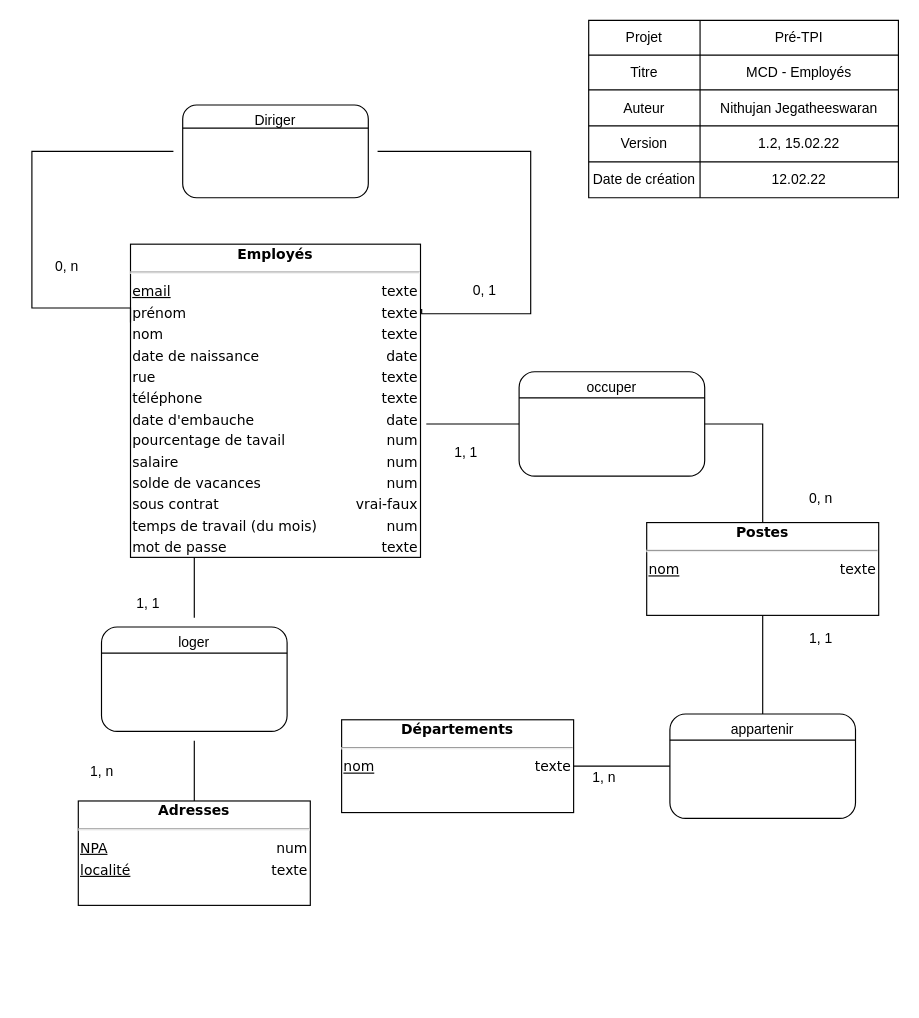
J-Nithujan/employee_mgmt_app keeps this draw.io diagram as conception/MCD_Employés.drawio. Above is the earlier version. Source tidied: cells renumbered, new cells numbered last; positions are measured from the earlier drawing's top-left corner, leaving out a move shared by most shapes. Both pictures are drawn from the tidied source at 116%, with x=0, y=0 at pixel (31, 20).
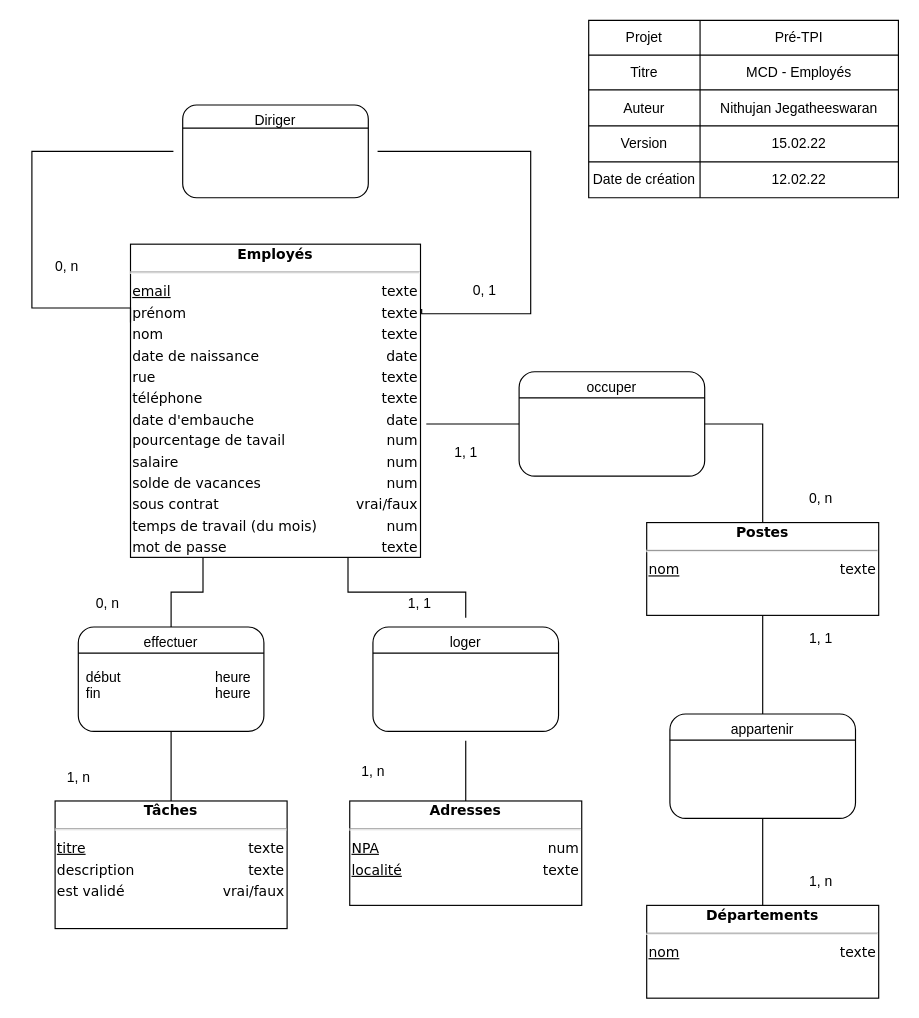
Above is the later version.

Unchanged cells that the change refers to:
```xml
<mxCell id="12" style="shape=partialRectangle;html=1;whiteSpace=wrap;fillColor=none;top=0;left=0;bottom=0;right=0;" parent="2" vertex="1">
  <mxGeometry y="91" width="267" height="31" as="geometry" />
</mxCell>
<mxCell id="40" value="appartenir" style="rounded=1;whiteSpace=wrap;html=1;verticalAlign=top;hachureGap=4;" parent="1" vertex="1">
  <mxGeometry x="550" y="598" width="160" height="90" as="geometry" />
</mxCell>
```

Diff of the diagram source:
```diff
@@
-    <mxCell id="14" value="1.2, 15.02.22" style="shape=partialRectangle;html=1;whiteSpace=wrap;fillColor=none;top=0;left=0;bottom=0;right=0;overflow=hidden;" parent="12" vertex="1">
+    <mxCell id="14" value="15.02.22" style="shape=partialRectangle;html=1;whiteSpace=wrap;fillColor=none;top=0;left=0;bottom=0;right=0;overflow=hidden;" parent="12" vertex="1">
       <mxGeometry x="96" width="171" height="31" as="geometry" />
     </mxCell>
@@
-    <mxCell id="18" value="&lt;div style=&quot;box-sizing: border-box ; width: 100% ; padding: 2px&quot;&gt;&lt;span style=&quot;background-color: rgb(255 , 255 , 255)&quot;&gt;&lt;b&gt;Employés&lt;/b&gt;&lt;/span&gt;&lt;/div&gt;&lt;hr&gt;&lt;table style=&quot;width: 100% ; font-size: 1em&quot; cellpadding=&quot;2&quot; cellspacing=&quot;0&quot;&gt;&lt;tbody&gt;&lt;tr&gt;&lt;td style=&quot;text-align: left&quot;&gt;&lt;u&gt;email&lt;/u&gt;&lt;br&gt;&lt;/td&gt;&lt;td style=&quot;text-align: right&quot;&gt;texte&lt;/td&gt;&lt;/tr&gt;&lt;tr&gt;&lt;td style=&quot;text-align: left&quot;&gt;prénom&lt;/td&gt;&lt;td style=&quot;text-align: right&quot;&gt;texte&lt;br&gt;&lt;/td&gt;&lt;/tr&gt;&lt;tr&gt;&lt;td style=&quot;text-align: left&quot;&gt;nom&lt;br&gt;&lt;/td&gt;&lt;td style=&quot;text-align: right&quot;&gt;texte&lt;br&gt;&lt;/td&gt;&lt;/tr&gt;&lt;tr&gt;&lt;td style=&quot;text-align: left&quot;&gt;date de naissance&lt;/td&gt;&lt;td style=&quot;text-align: right&quot;&gt;date&lt;/td&gt;&lt;/tr&gt;&lt;tr&gt;&lt;td style=&quot;text-align: left&quot;&gt;rue&lt;/td&gt;&lt;td style=&quot;text-align: right&quot;&gt;texte&lt;/td&gt;&lt;/tr&gt;&lt;tr&gt;&lt;td style=&quot;text-align: left&quot;&gt;téléphone&lt;/td&gt;&lt;td style=&quot;text-align: right&quot;&gt;texte&lt;/td&gt;&lt;/tr&gt;&lt;tr&gt;&lt;td style=&quot;text-align: left&quot;&gt;date d'embauche&lt;br&gt;&lt;/td&gt;&lt;td style=&quot;text-align: right&quot;&gt;date&lt;/td&gt;&lt;/tr&gt;&lt;tr&gt;&lt;td style=&quot;text-align: left&quot;&gt;pourcentage de tavail&lt;/td&gt;&lt;td style=&quot;text-align: right&quot;&gt;num&lt;/td&gt;&lt;/tr&gt;&lt;tr&gt;&lt;td style=&quot;text-align: left&quot;&gt;salaire&lt;/td&gt;&lt;td style=&quot;text-align: right&quot;&gt;num&lt;/td&gt;&lt;/tr&gt;&lt;tr&gt;&lt;td style=&quot;text-align: left&quot;&gt;solde de vacances&lt;/td&gt;&lt;td style=&quot;text-align: right&quot;&gt;num&lt;/td&gt;&lt;/tr&gt;&lt;tr&gt;&lt;td style=&quot;text-align: left&quot;&gt;sous contrat&lt;/td&gt;&lt;td style=&quot;text-align: right&quot;&gt;vrai-faux&lt;/td&gt;&lt;/tr&gt;&lt;tr&gt;&lt;td style=&quot;text-align: left&quot;&gt;temps de travail (du mois)&lt;/td&gt;&lt;td style=&quot;text-align: right&quot;&gt;num&lt;/td&gt;&lt;/tr&gt;&lt;tr&gt;&lt;td style=&quot;text-align: left&quot;&gt;mot de passe&lt;/td&gt;&lt;td style=&quot;text-align: right&quot;&gt;texte&lt;/td&gt;&lt;/tr&gt;&lt;/tbody&gt;&lt;/table&gt;" style="verticalAlign=top;align=center;overflow=fill;html=1;rounded=0;shadow=0;comic=0;labelBackgroundColor=none;strokeColor=#000000;strokeWidth=1;fillColor=#ffffff;fontFamily=Verdana;fontSize=12;fontColor=#000000;hachureGap=4;" parent="1" vertex="1">
+    <mxCell id="18" value="&lt;div style=&quot;box-sizing: border-box ; width: 100% ; padding: 2px&quot;&gt;&lt;span style=&quot;background-color: rgb(255 , 255 , 255)&quot;&gt;&lt;b&gt;Employés&lt;/b&gt;&lt;/span&gt;&lt;/div&gt;&lt;hr&gt;&lt;table style=&quot;width: 100% ; font-size: 1em&quot; cellpadding=&quot;2&quot; cellspacing=&quot;0&quot;&gt;&lt;tbody&gt;&lt;tr&gt;&lt;td style=&quot;text-align: left&quot;&gt;&lt;u&gt;email&lt;/u&gt;&lt;br&gt;&lt;/td&gt;&lt;td style=&quot;text-align: right&quot;&gt;texte&lt;/td&gt;&lt;/tr&gt;&lt;tr&gt;&lt;td style=&quot;text-align: left&quot;&gt;prénom&lt;/td&gt;&lt;td style=&quot;text-align: right&quot;&gt;texte&lt;br&gt;&lt;/td&gt;&lt;/tr&gt;&lt;tr&gt;&lt;td style=&quot;text-align: left&quot;&gt;nom&lt;br&gt;&lt;/td&gt;&lt;td style=&quot;text-align: right&quot;&gt;texte&lt;br&gt;&lt;/td&gt;&lt;/tr&gt;&lt;tr&gt;&lt;td style=&quot;text-align: left&quot;&gt;date de naissance&lt;/td&gt;&lt;td style=&quot;text-align: right&quot;&gt;date&lt;/td&gt;&lt;/tr&gt;&lt;tr&gt;&lt;td style=&quot;text-align: left&quot;&gt;rue&lt;/td&gt;&lt;td style=&quot;text-align: right&quot;&gt;texte&lt;/td&gt;&lt;/tr&gt;&lt;tr&gt;&lt;td style=&quot;text-align: left&quot;&gt;téléphone&lt;/td&gt;&lt;td style=&quot;text-align: right&quot;&gt;texte&lt;/td&gt;&lt;/tr&gt;&lt;tr&gt;&lt;td style=&quot;text-align: left&quot;&gt;date d'embauche&lt;br&gt;&lt;/td&gt;&lt;td style=&quot;text-align: right&quot;&gt;date&lt;/td&gt;&lt;/tr&gt;&lt;tr&gt;&lt;td style=&quot;text-align: left&quot;&gt;pourcentage de tavail&lt;/td&gt;&lt;td style=&quot;text-align: right&quot;&gt;num&lt;/td&gt;&lt;/tr&gt;&lt;tr&gt;&lt;td style=&quot;text-align: left&quot;&gt;salaire&lt;/td&gt;&lt;td style=&quot;text-align: right&quot;&gt;num&lt;/td&gt;&lt;/tr&gt;&lt;tr&gt;&lt;td style=&quot;text-align: left&quot;&gt;solde de vacances&lt;/td&gt;&lt;td style=&quot;text-align: right&quot;&gt;num&lt;/td&gt;&lt;/tr&gt;&lt;tr&gt;&lt;td style=&quot;text-align: left&quot;&gt;sous contrat&lt;/td&gt;&lt;td style=&quot;text-align: right&quot;&gt;vrai/faux&lt;/td&gt;&lt;/tr&gt;&lt;tr&gt;&lt;td style=&quot;text-align: left&quot;&gt;temps de travail (du mois)&lt;/td&gt;&lt;td style=&quot;text-align: right&quot;&gt;num&lt;/td&gt;&lt;/tr&gt;&lt;tr&gt;&lt;td style=&quot;text-align: left&quot;&gt;mot de passe&lt;/td&gt;&lt;td style=&quot;text-align: right&quot;&gt;texte&lt;/td&gt;&lt;/tr&gt;&lt;/tbody&gt;&lt;/table&gt;" style="verticalAlign=top;align=center;overflow=fill;html=1;rounded=0;shadow=0;comic=0;labelBackgroundColor=none;strokeColor=#000000;strokeWidth=1;fillColor=#ffffff;fontFamily=Verdana;fontSize=12;fontColor=#000000;hachureGap=4;" parent="1" vertex="1">
       <mxGeometry x="85" y="193" width="250" height="270" as="geometry" />
     </mxCell>
     <mxCell id="19" value="&lt;div style=&quot;box-sizing: border-box ; width: 100% ; padding: 2px&quot;&gt;&lt;span style=&quot;background-color: rgb(255 , 255 , 255)&quot;&gt;&lt;b&gt;Adresses&lt;/b&gt;&lt;/span&gt;&lt;/div&gt;&lt;hr&gt;&lt;table style=&quot;width: 100% ; font-size: 1em&quot; cellpadding=&quot;2&quot; cellspacing=&quot;0&quot;&gt;&lt;tbody&gt;&lt;tr&gt;&lt;td style=&quot;text-align: left&quot;&gt;&lt;u&gt;NPA&lt;/u&gt;&lt;/td&gt;&lt;td style=&quot;text-align: right&quot;&gt;num&lt;br&gt;&lt;/td&gt;&lt;/tr&gt;&lt;tr&gt;&lt;td style=&quot;text-align: left&quot;&gt;&lt;u&gt;localité&lt;/u&gt;&lt;/td&gt;&lt;td style=&quot;text-align: right&quot;&gt;texte&lt;br&gt;&lt;/td&gt;&lt;/tr&gt;&lt;/tbody&gt;&lt;/table&gt;" style="verticalAlign=top;align=center;overflow=fill;html=1;rounded=0;shadow=0;comic=0;labelBackgroundColor=none;strokeColor=#000000;strokeWidth=1;fillColor=#ffffff;fontFamily=Verdana;fontSize=12;fontColor=#000000;hachureGap=4;" parent="1" vertex="1">
-      <mxGeometry x="40" y="673" width="200" height="90" as="geometry" />
+      <mxGeometry x="274" y="673" width="200" height="90" as="geometry" />
     </mxCell>
@@
     <mxCell id="23" value="&lt;div style=&quot;box-sizing: border-box ; width: 100% ; padding: 2px&quot;&gt;&lt;span style=&quot;background-color: rgb(255 , 255 , 255)&quot;&gt;&lt;b&gt;Départements&lt;/b&gt;&lt;/span&gt;&lt;/div&gt;&lt;hr&gt;&lt;table style=&quot;width: 100% ; font-size: 1em&quot; cellpadding=&quot;2&quot; cellspacing=&quot;0&quot;&gt;&lt;tbody&gt;&lt;tr&gt;&lt;td style=&quot;text-align: left&quot;&gt;&lt;u&gt;nom&lt;/u&gt;&lt;/td&gt;&lt;td style=&quot;text-align: right&quot;&gt;texte&lt;br&gt;&lt;/td&gt;&lt;/tr&gt;&lt;/tbody&gt;&lt;/table&gt;" style="verticalAlign=top;align=center;overflow=fill;html=1;rounded=0;shadow=0;comic=0;labelBackgroundColor=none;strokeColor=#000000;strokeWidth=1;fillColor=#ffffff;fontFamily=Verdana;fontSize=12;fontColor=#000000;hachureGap=4;" parent="1" vertex="1">
-      <mxGeometry x="267" y="603" width="200" height="80" as="geometry" />
+      <mxGeometry x="530" y="763" width="200" height="80" as="geometry" />
     </mxCell>
@@
-    <mxCell id="26" style="edgeStyle=orthogonalEdgeStyle;rounded=0;jettySize=auto;html=1;endArrow=none;endFill=0;startSize=14;endSize=14;sourcePerimeterSpacing=8;targetPerimeterSpacing=8;" parent="1" edge="1" source="28">
-      <mxGeometry relative="1" as="geometry">
-        <mxPoint x="140" y="463" as="targetPoint" />
-      </mxGeometry>
+    <mxCell id="26" style="edgeStyle=orthogonalEdgeStyle;rounded=0;jettySize=auto;html=1;endArrow=none;endFill=0;startSize=14;endSize=14;sourcePerimeterSpacing=8;targetPerimeterSpacing=8;entryX=0.75;entryY=1;entryDx=0;entryDy=0;" parent="1" edge="1" source="28" target="18">
+      <mxGeometry relative="1" as="geometry" />
     </mxCell>
@@
     <mxCell id="28" value="loger" style="rounded=1;whiteSpace=wrap;html=1;verticalAlign=top;hachureGap=4;" parent="1" vertex="1">
-      <mxGeometry x="60" y="523" width="160" height="90" as="geometry" />
+      <mxGeometry x="294" y="523" width="160" height="90" as="geometry" />
     </mxCell>
     <mxCell id="29" value="1, 1" style="text;html=1;align=center;verticalAlign=middle;strokeColor=none;fillColor=none;" parent="1" vertex="1">
-      <mxGeometry x="80" y="493" width="40" height="20" as="geometry" />
+      <mxGeometry x="314" y="493" width="40" height="20" as="geometry" />
     </mxCell>
     <mxCell id="30" value="1, n" style="text;html=1;align=center;verticalAlign=middle;strokeColor=none;fillColor=none;" parent="1" vertex="1">
-      <mxGeometry x="40" y="637.5" width="40" height="20" as="geometry" />
+      <mxGeometry x="274" y="637.5" width="40" height="20" as="geometry" />
     </mxCell>
@@
-    <mxCell id="39" style="edgeStyle=orthogonalEdgeStyle;rounded=0;jettySize=auto;html=1;exitX=0;exitY=0.5;exitDx=0;exitDy=0;entryX=1;entryY=0.5;entryDx=0;entryDy=0;endArrow=none;endFill=0;startSize=14;endSize=14;sourcePerimeterSpacing=8;targetPerimeterSpacing=8;" parent="1" edge="1" source="40" target="23">
+    <mxCell id="39" style="edgeStyle=orthogonalEdgeStyle;rounded=0;jettySize=auto;html=1;exitX=0.5;exitY=1;exitDx=0;exitDy=0;entryX=0.5;entryY=0;entryDx=0;entryDy=0;endArrow=none;endFill=0;startSize=14;endSize=14;sourcePerimeterSpacing=8;targetPerimeterSpacing=8;" parent="1" edge="1" source="40" target="23">
       <mxGeometry relative="1" as="geometry" />
     </mxCell>
@@
     <mxCell id="42" value="1, n" style="text;html=1;align=center;verticalAlign=middle;strokeColor=none;fillColor=none;" parent="1" vertex="1">
-      <mxGeometry x="473" y="643" width="40" height="20" as="geometry" />
+      <mxGeometry x="660" y="733" width="40" height="20" as="geometry" />
     </mxCell>
@@
+    <mxCell id="46" style="edgeStyle=orthogonalEdgeStyle;rounded=0;jettySize=auto;html=1;exitX=0.5;exitY=0;exitDx=0;exitDy=0;entryX=0.5;entryY=1;entryDx=0;entryDy=0;endArrow=none;endFill=0;startSize=14;endSize=14;sourcePerimeterSpacing=8;targetPerimeterSpacing=8;" parent="1" edge="1" source="47" target="49">
+      <mxGeometry relative="1" as="geometry" />
+    </mxCell>
+    <mxCell id="47" value="&lt;div style=&quot;box-sizing: border-box ; width: 100% ; padding: 2px&quot;&gt;&lt;span style=&quot;background-color: rgb(255 , 255 , 255)&quot;&gt;&lt;b&gt;Tâches&lt;/b&gt;&lt;/span&gt;&lt;/div&gt;&lt;hr&gt;&lt;table style=&quot;width: 100% ; font-size: 1em&quot; cellpadding=&quot;2&quot; cellspacing=&quot;0&quot;&gt;&lt;tbody&gt;&lt;tr&gt;&lt;td style=&quot;text-align: left&quot;&gt;&lt;u&gt;titre&lt;/u&gt;&lt;/td&gt;&lt;td style=&quot;text-align: right&quot;&gt;texte&lt;br&gt;&lt;/td&gt;&lt;/tr&gt;&lt;tr&gt;&lt;td style=&quot;text-align: left&quot;&gt;description&lt;/td&gt;&lt;td style=&quot;text-align: right&quot;&gt;texte&lt;/td&gt;&lt;/tr&gt;&lt;tr&gt;&lt;td style=&quot;text-align: left&quot;&gt;est validé&lt;/td&gt;&lt;td style=&quot;text-align: right&quot;&gt;vrai/faux&lt;/td&gt;&lt;/tr&gt;&lt;/tbody&gt;&lt;/table&gt;" style="verticalAlign=top;align=center;overflow=fill;html=1;rounded=0;shadow=0;comic=0;labelBackgroundColor=none;strokeColor=#000000;strokeWidth=1;fillColor=#ffffff;fontFamily=Verdana;fontSize=12;fontColor=#000000;hachureGap=4;" parent="1" vertex="1">
+      <mxGeometry x="20" y="673" width="200" height="110" as="geometry" />
+    </mxCell>
+    <mxCell id="48" style="edgeStyle=orthogonalEdgeStyle;rounded=0;jettySize=auto;html=1;exitX=0.5;exitY=0;exitDx=0;exitDy=0;entryX=0.25;entryY=1;entryDx=0;entryDy=0;endArrow=none;endFill=0;startSize=14;endSize=14;sourcePerimeterSpacing=8;targetPerimeterSpacing=8;" parent="1" edge="1" source="49" target="18">
+      <mxGeometry relative="1" as="geometry" />
+    </mxCell>
+    <mxCell id="49" value="effectuer" style="rounded=1;whiteSpace=wrap;html=1;verticalAlign=top;hachureGap=4;" parent="1" vertex="1">
+      <mxGeometry x="40" y="523" width="160" height="90" as="geometry" />
+    </mxCell>
+    <mxCell id="50" style="edgeStyle=none;curved=1;rounded=0;orthogonalLoop=1;jettySize=auto;html=1;exitX=0;exitY=0.25;exitDx=0;exitDy=0;entryX=1;entryY=0.25;entryDx=0;entryDy=0;endArrow=none;startSize=14;endSize=14;sourcePerimeterSpacing=8;targetPerimeterSpacing=8;endFill=0;" parent="1" edge="1" source="49" target="49">
+      <mxGeometry relative="1" as="geometry" />
+    </mxCell>
+    <mxCell id="51" value="0, n" style="text;html=1;align=center;verticalAlign=middle;strokeColor=none;fillColor=none;" parent="1" vertex="1">
+      <mxGeometry x="45" y="493" width="40" height="20" as="geometry" />
+    </mxCell>
+    <mxCell id="52" value="1, n" style="text;html=1;align=center;verticalAlign=middle;strokeColor=none;fillColor=none;" parent="1" vertex="1">
+      <mxGeometry x="20" y="643" width="40" height="20" as="geometry" />
+    </mxCell>
+    <mxCell id="53" value="&lt;br&gt;" style="text;html=1;align=center;verticalAlign=middle;strokeColor=none;fillColor=none;" parent="1" vertex="1">
+      <mxGeometry x="-10" y="473" width="20" height="20" as="geometry" />
+    </mxCell>
+    <mxCell id="54" value="début&lt;br&gt;fin" style="text;html=1;align=left;verticalAlign=top;strokeColor=none;fillColor=none;" parent="1" vertex="1">
+      <mxGeometry x="45" y="553" width="50" height="30" as="geometry" />
+    </mxCell>
+    <mxCell id="55" value="heure&lt;br&gt;heure" style="text;html=1;align=right;verticalAlign=top;strokeColor=none;fillColor=none;" parent="1" vertex="1">
+      <mxGeometry x="140" y="553" width="50" height="30" as="geometry" />
+    </mxCell>
```
